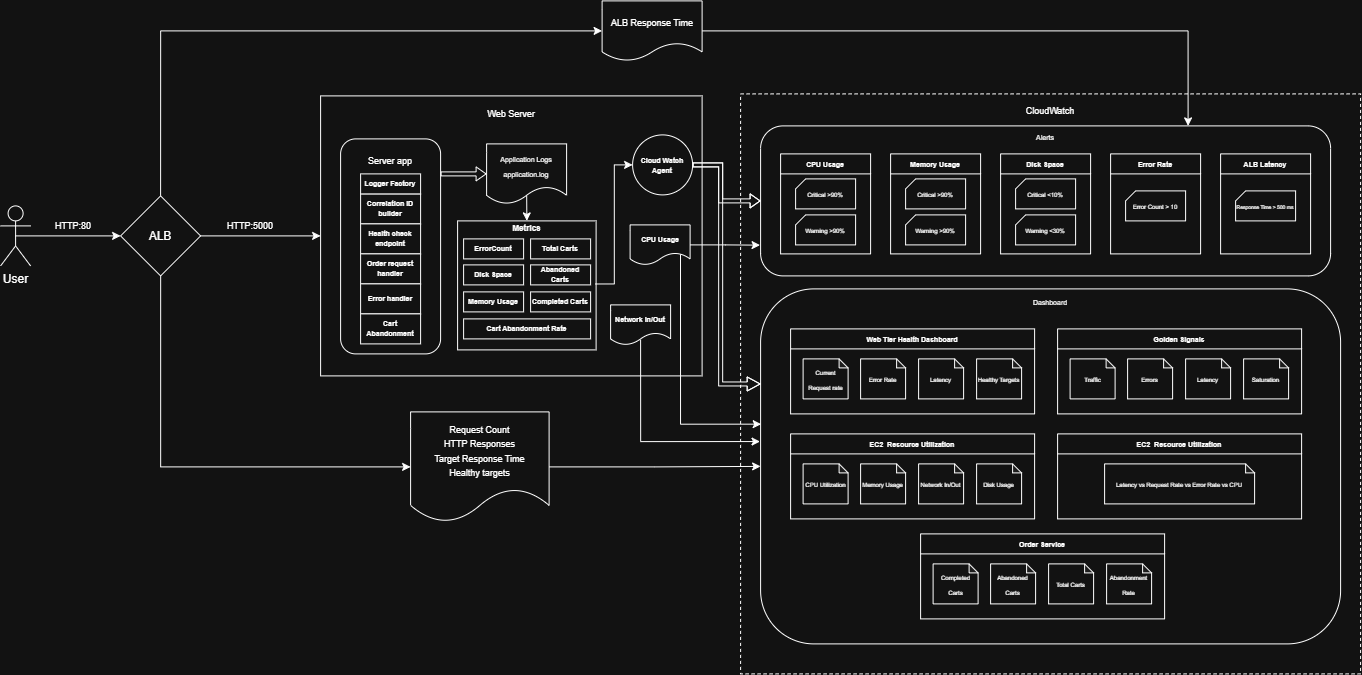
Above: docs/architecture/architecture-diagram.png in Jcaldana97/ce-lab-project-2-instrumented-monitored-service (draw.io), before the change. Source tidied: cells renumbered, new cells last; positions are measured from the earlier drawing's top-left corner, leaving out a move shared by most shapes.
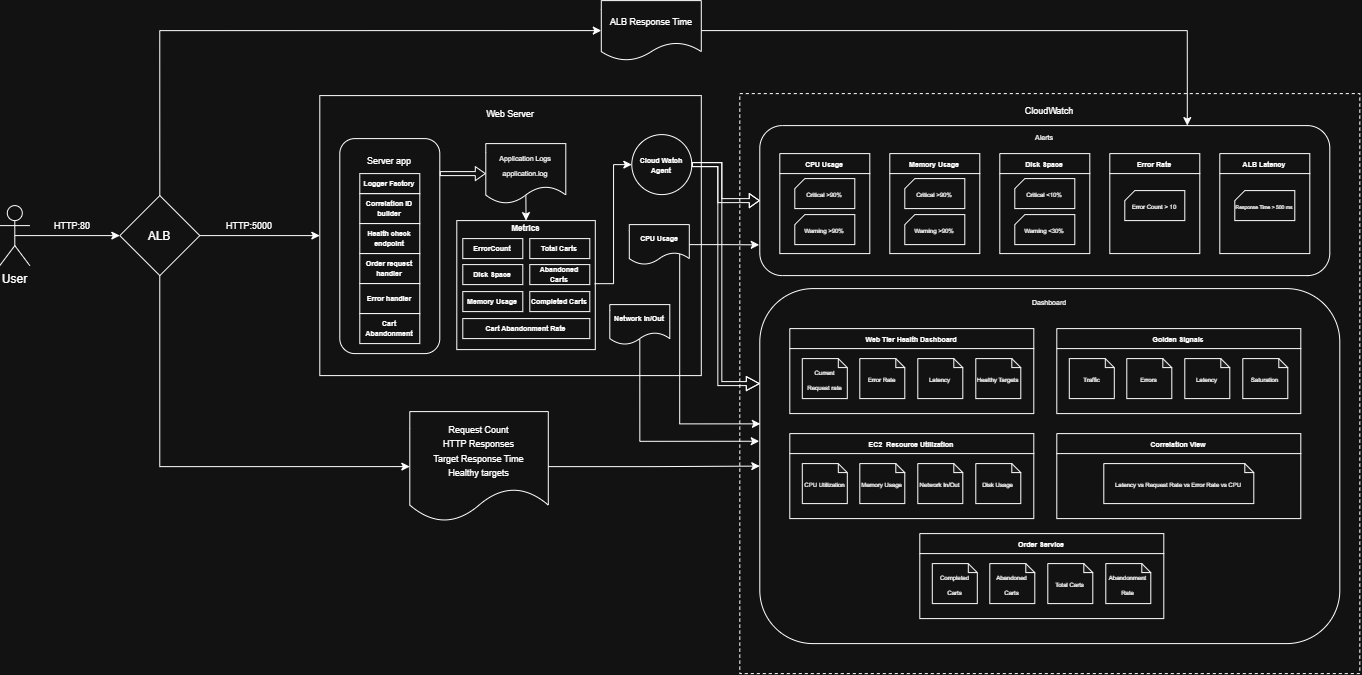
The same file after the commit.

Change to the diagram source:
```diff
@@ -217,7 +217,7 @@
     <mxCell id="69" style="group;" parent="1" vertex="1">
       <mxGeometry x="1057" y="433" width="244" height="85" as="geometry" />
     </mxCell>
-    <mxCell id="70" value="&lt;font style=&quot;font-size: 7px;&quot;&gt;EC2&amp;nbsp; Resource Utilization&lt;/font&gt;" style="swimlane;whiteSpace=wrap;html=1;startSize=20;" parent="69" vertex="1">
+    <mxCell id="70" value="&lt;font style=&quot;font-size: 7px;&quot;&gt;Correlation View&lt;/font&gt;" style="swimlane;whiteSpace=wrap;html=1;startSize=20;" parent="69" vertex="1">
       <mxGeometry width="244" height="85" as="geometry" />
     </mxCell>
     <mxCell id="71" value="&lt;font style=&quot;font-size: 6px;&quot;&gt;Latency vs Request Rate vs Error Rate vs CPU&lt;/font&gt;" style="shape=note;whiteSpace=wrap;html=1;backgroundOutline=1;darkOpacity=0.05;size=9;" parent="69" vertex="1">
```
